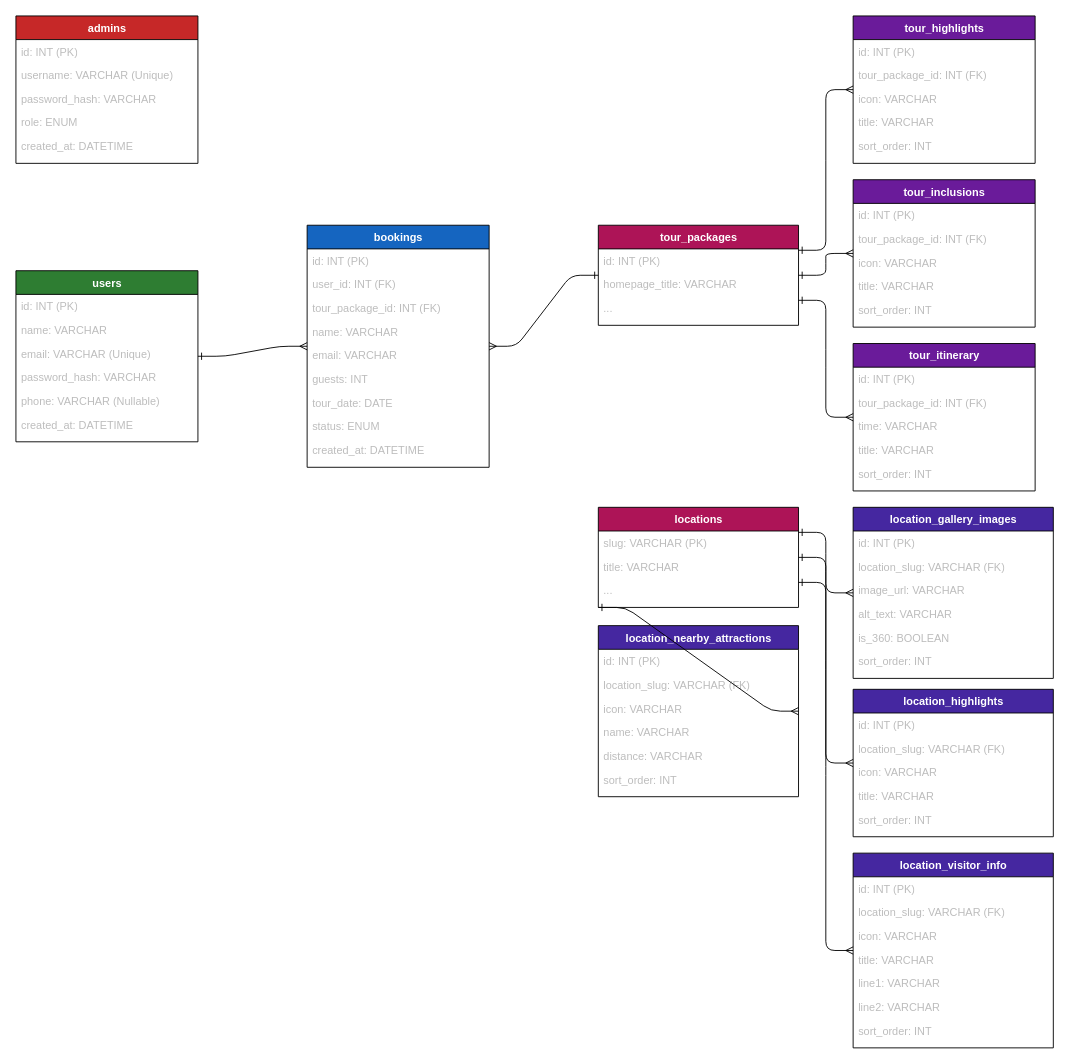
Above: er-diagram.drawio.xml in Payshia-Software-Solutions/sapphire-trails (draw.io), before the change. Source tidied: cells renumbered, new cells numbered last; positions are measured from the earlier drawing's top-left corner, leaving out a move shared by most shapes. Both pictures are drawn from the tidied source at 91%, with x=0, y=0 at pixel (15, 15).
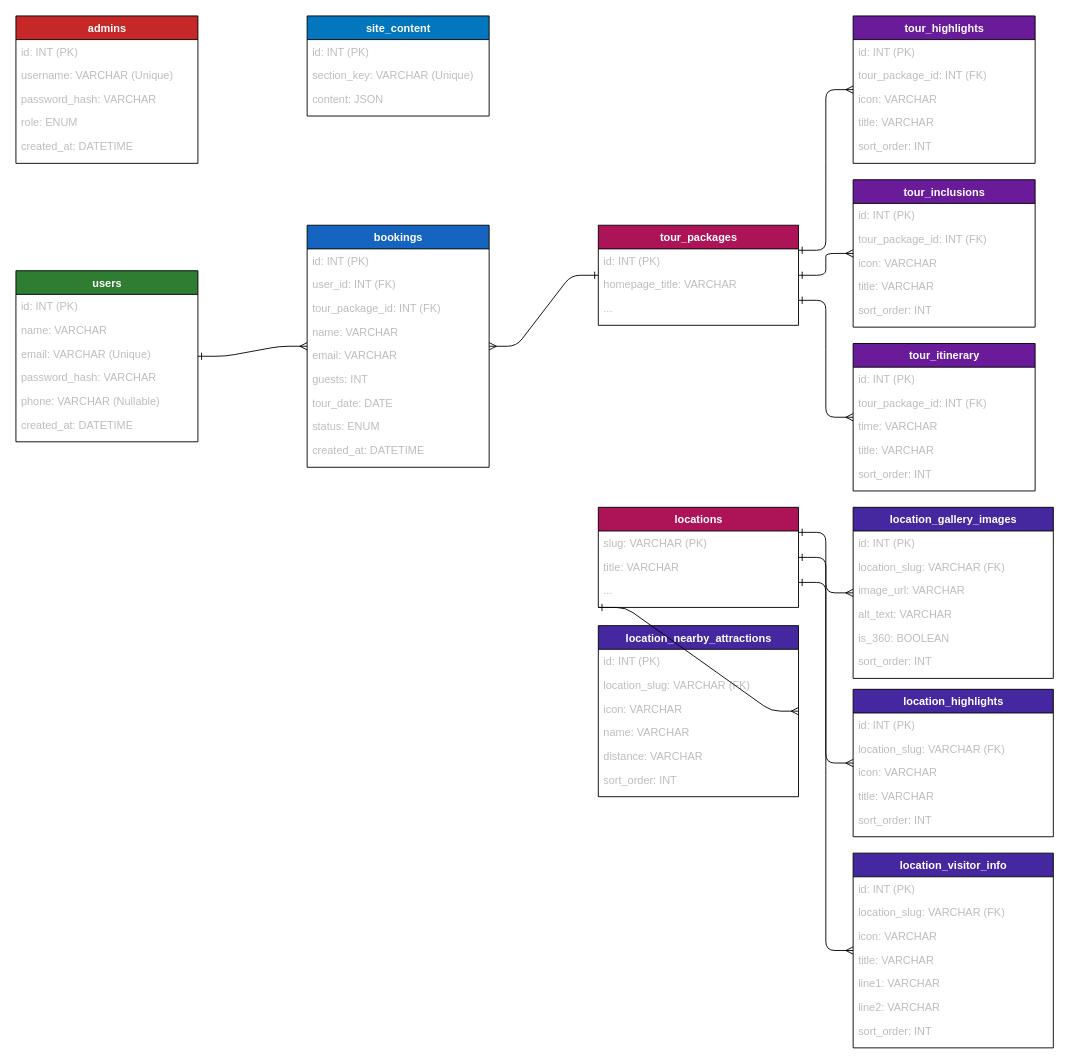
The same diagram, later.

Commit message (it also covers changes not shown here):
no no I want to this section develop new model and controller

Change to the diagram source:
```diff
@@
+    <mxCell id="88" value="site_content" style="swimlane;fontStyle=1;align=center;verticalAlign=top;horizontal=1;startSize=26;html=1;fontColor=#FFFFFF;fillColor=#0277BD;" parent="1" vertex="1">
+      <mxGeometry x="320" width="200" height="110" as="geometry" />
+    </mxCell>
+    <mxCell id="89" value="id: INT (PK)" style="text;strokeColor=none;fillColor=none;align=left;verticalAlign=top;spacingLeft=4;spacingRight=4;overflow=hidden;html=1;fontColor=#BDBDBD;" parent="88" vertex="1">
+      <mxGeometry y="26" width="200" height="26" as="geometry" />
+    </mxCell>
+    <mxCell id="90" value="section_key: VARCHAR (Unique)" style="text;strokeColor=none;fillColor=none;align=left;verticalAlign=top;spacingLeft=4;spacingRight=4;overflow=hidden;html=1;fontColor=#BDBDBD;" parent="88" vertex="1">
+      <mxGeometry y="52" width="200" height="26" as="geometry" />
+    </mxCell>
+    <mxCell id="91" value="content: JSON" style="text;strokeColor=none;fillColor=none;align=left;verticalAlign=top;spacingLeft=4;spacingRight=4;overflow=hidden;html=1;fontColor=#BDBDBD;" parent="88" vertex="1">
+      <mxGeometry y="78" width="200" height="26" as="geometry" />
+    </mxCell>
```
